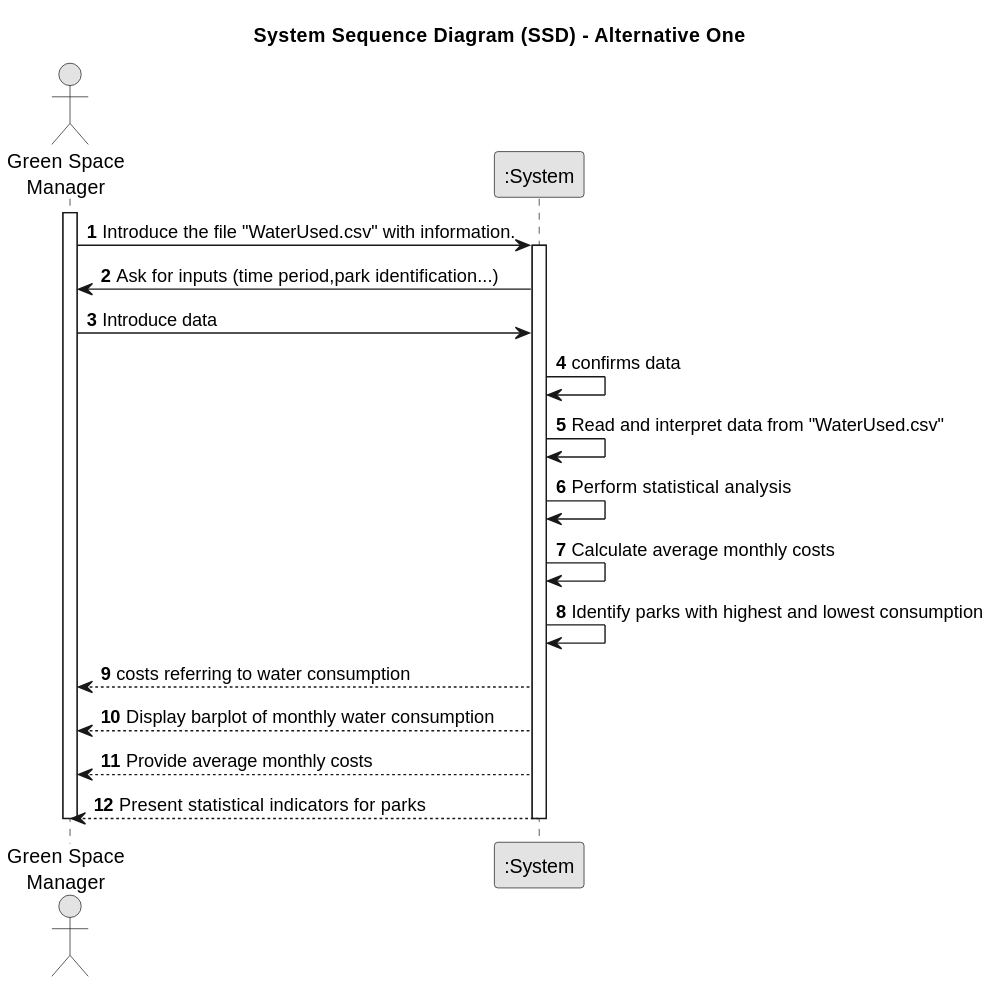
Before: docs/sprintB/us009/01.requirements-engineering/svg/us009-system-sequence-diagram-alternative-one-System_Sequence_Diagram__SSD____Alternative_One.svg, a diagram exported from PlantUML (SAEmanuel/Green_Spaces_Management_ISEP).
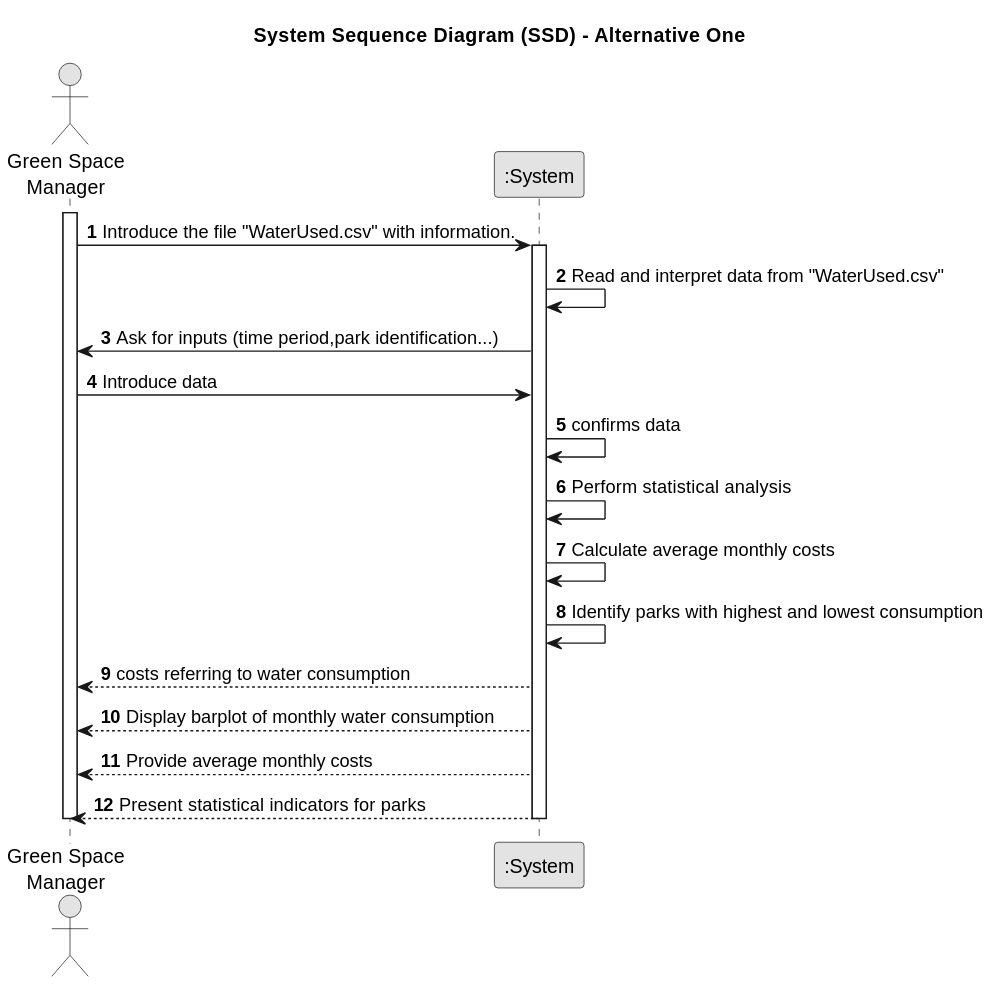
After the commit.

Diff of the diagram source:
```diff
@@ -14,11 +14,13 @@
 
         gsm -> System: Introduce the file "WaterUsed.csv" with information.
         activate System
+        System -> System : Read and interpret data from "WaterUsed.csv"
+
+
 
         System -> gsm: Ask for inputs (time period,park identification...)
         gsm -> System : Introduce data
         System -> System : confirms data
-        System -> System : Read and interpret data from "WaterUsed.csv"
         System -> System: Perform statistical analysis
         System -> System: Calculate average monthly costs
         System -> System: Identify parks with highest and lowest consumption
```
